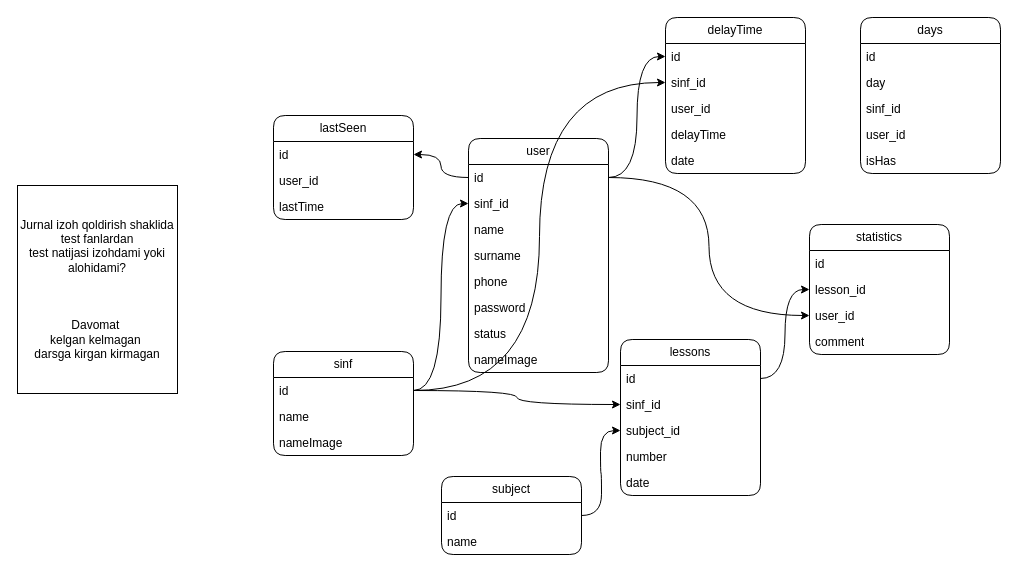
Before: Ixlos.drawio in MardonAslonov/DrawIo, a draw.io diagram. Source tidied: cells renumbered, new cells numbered last; positions are measured from the earlier drawing's top-left corner, leaving out a move shared by most shapes. Both pictures are drawn from the tidied source at 100%, with x=0, y=0 at pixel (17, 17).
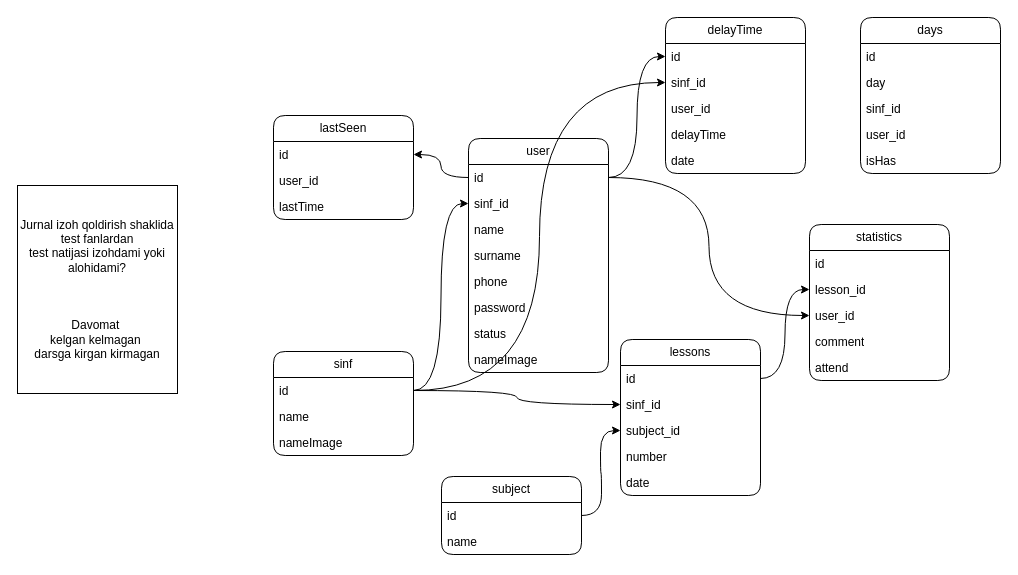
Above is the later version.

What changed in the source:
```diff
@@
     <mxCell id="12" value="statistics" style="swimlane;fontStyle=0;horizontal=1;startSize=26;fillColor=none;whiteSpace=wrap;html=1;rounded=1;shadow=0;glass=0;" parent="1" vertex="1">
-      <mxGeometry x="792" y="207" width="140" height="130" as="geometry" />
+      <mxGeometry x="792" y="207" width="140" height="156" as="geometry" />
     </mxCell>
@@
+    <mxCell id="54" value="attend" style="text;strokeColor=none;fillColor=none;align=left;verticalAlign=top;spacingLeft=4;spacingRight=4;overflow=hidden;whiteSpace=wrap;html=1;" parent="12" vertex="1">
+      <mxGeometry y="130" width="140" height="26" as="geometry" />
+    </mxCell>
```
